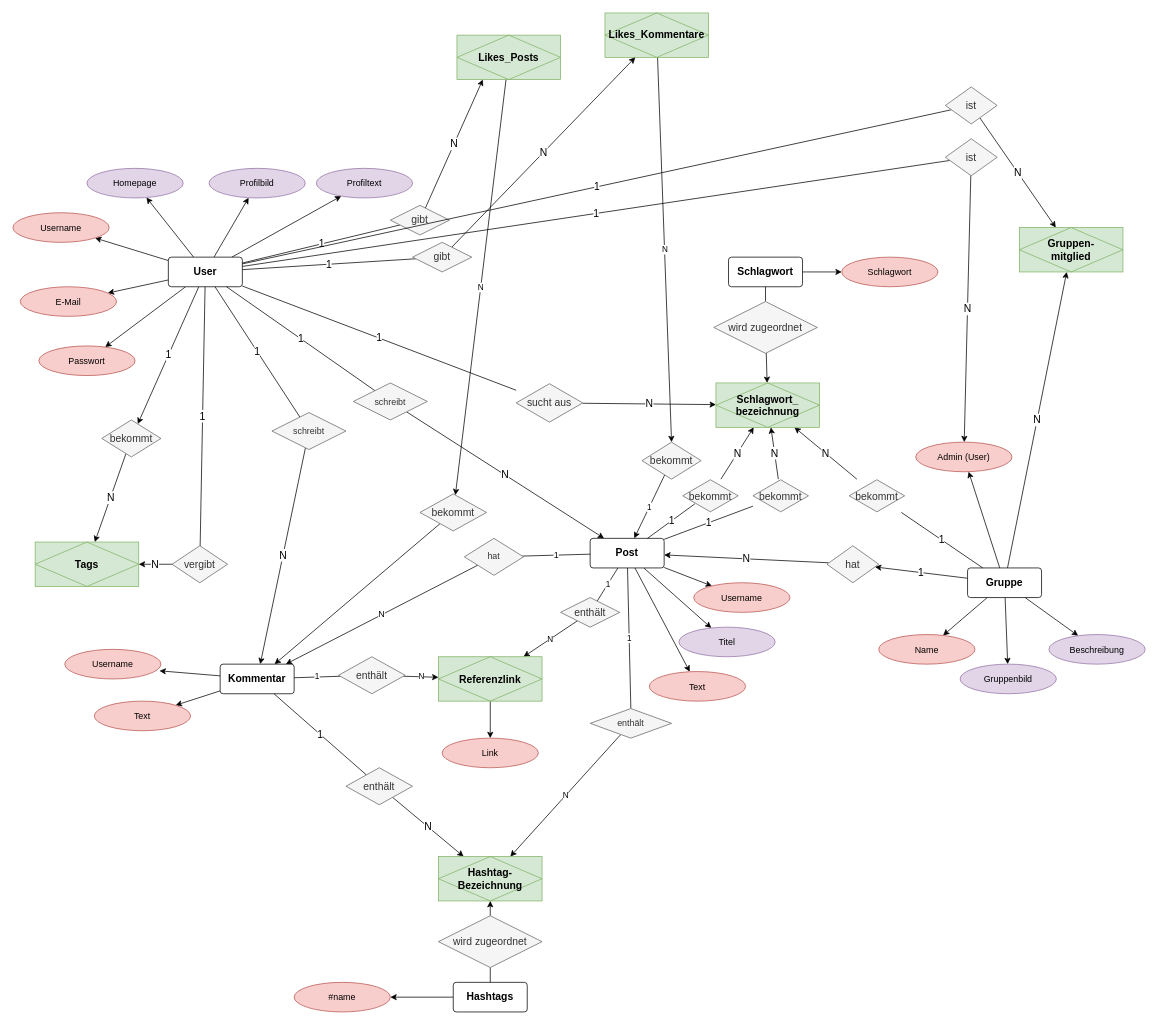
MaPankow/Artivity---Datenbankenprojekt-mit-MariaDB-und-SQLite keeps this draw.io diagram as ERD-konzeptuell.drawio. Above is the earlier version. Source tidied: cells renumbered, new cells numbered last; positions are measured from the earlier drawing's top-left corner, leaving out a move shared by most shapes. Both pictures are drawn from the tidied source at 74%, with x=0, y=0 at pixel (13, 13).
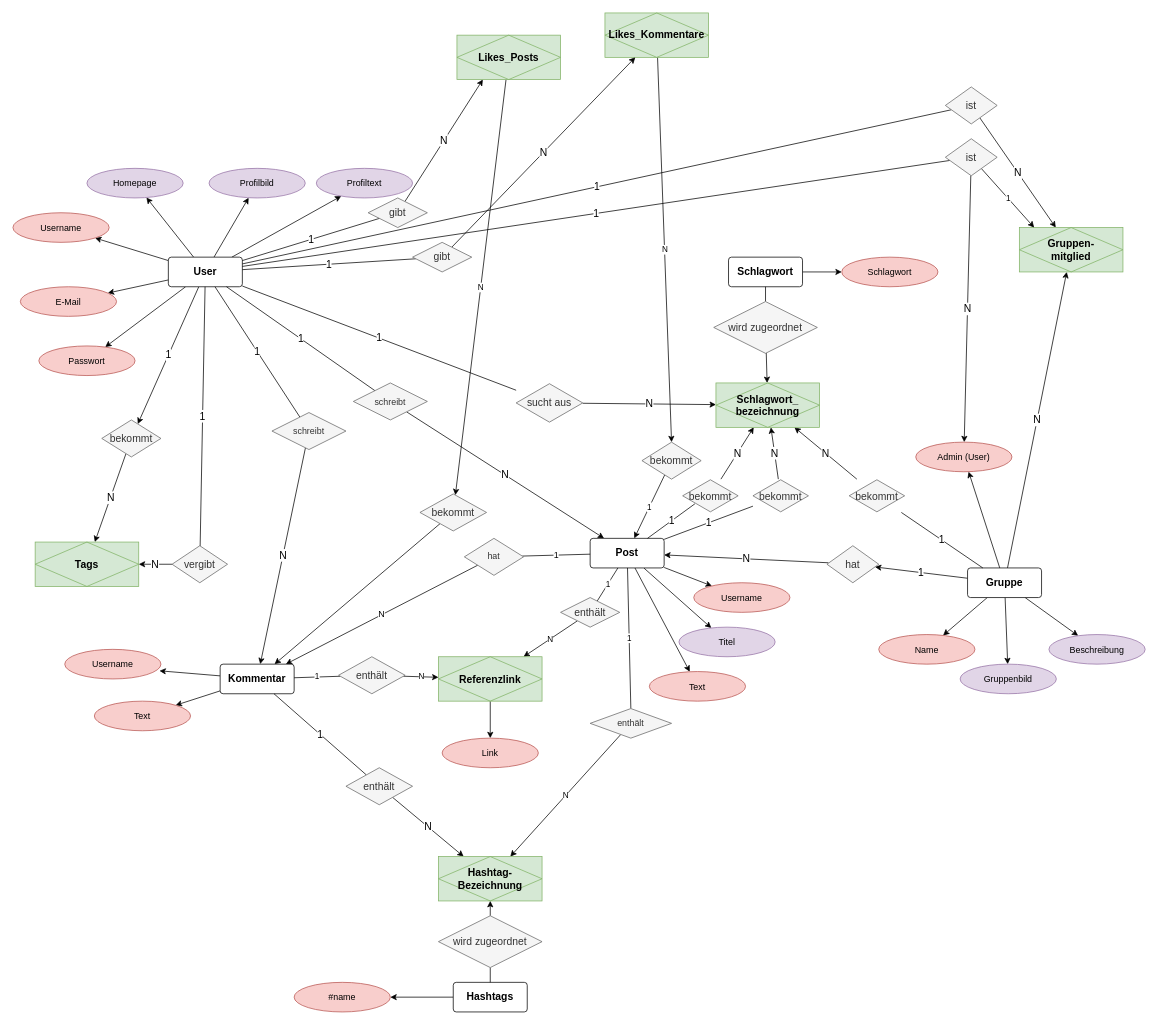
The same page after the edit.

The change refers to these unchanged cells:
```xml
<mxCell id="82" value="&lt;b&gt;Gruppen-&lt;br&gt;mitglied&lt;/b&gt;" style="shape=associativeEntity;whiteSpace=wrap;html=1;align=center;fontSize=14;fillColor=#d5e8d4;strokeColor=#82b366;" parent="1" vertex="1">
  <mxGeometry x="1360" y="290" width="140" height="60" as="geometry" />
</mxCell>
<mxCell id="107" value="ist" style="shape=rhombus;perimeter=rhombusPerimeter;whiteSpace=wrap;html=1;align=center;fontSize=14;fillColor=#f5f5f5;fontColor=#333333;strokeColor=#666666;" parent="1" vertex="1">
  <mxGeometry x="1260" y="170" width="70" height="50" as="geometry" />
</mxCell>
```

Change to the diagram source:
```diff
@@
     <mxCell id="68" value="gibt" style="shape=rhombus;perimeter=rhombusPerimeter;whiteSpace=wrap;html=1;align=center;fontSize=14;fillColor=#f5f5f5;fontColor=#333333;strokeColor=#666666;" parent="1" vertex="1">
-      <mxGeometry x="510" y="260" width="80" height="40" as="geometry" />
+      <mxGeometry x="480" y="250" width="80" height="40" as="geometry" />
     </mxCell>
@@
+    <mxCell id="118" value="1" style="edgeStyle=none;html=1;entryX=0.143;entryY=0;entryDx=0;entryDy=0;entryPerimeter=0;" parent="1" edge="1" source="107" target="82">
+      <mxGeometry relative="1" as="geometry" />
+    </mxCell>
```
